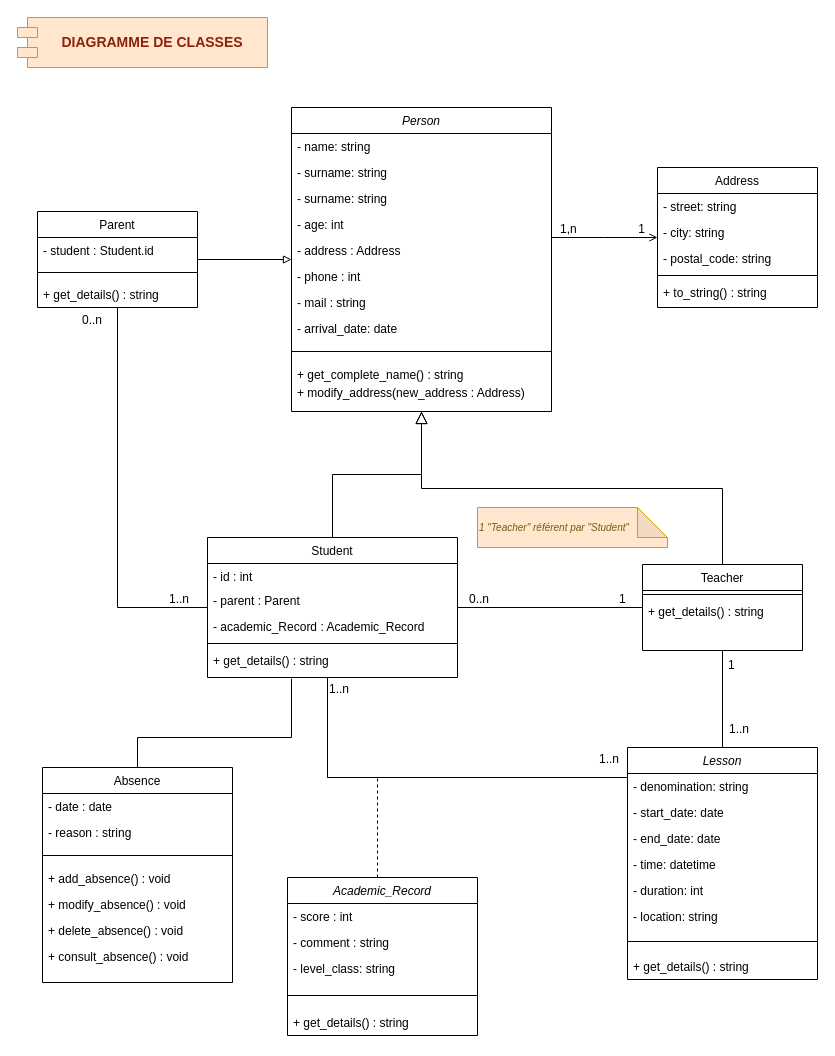
Above: doc/diagrammeClasse.drawio in MelissaHOA/EXO_Gestion_Ecole (draw.io), before the change. Source tidied: cells renumbered, new cells numbered last; positions are measured from the earlier drawing's top-left corner, leaving out a move shared by most shapes. Both pictures are drawn from the tidied source at 100%, with x=0, y=0 at pixel (17, 17).
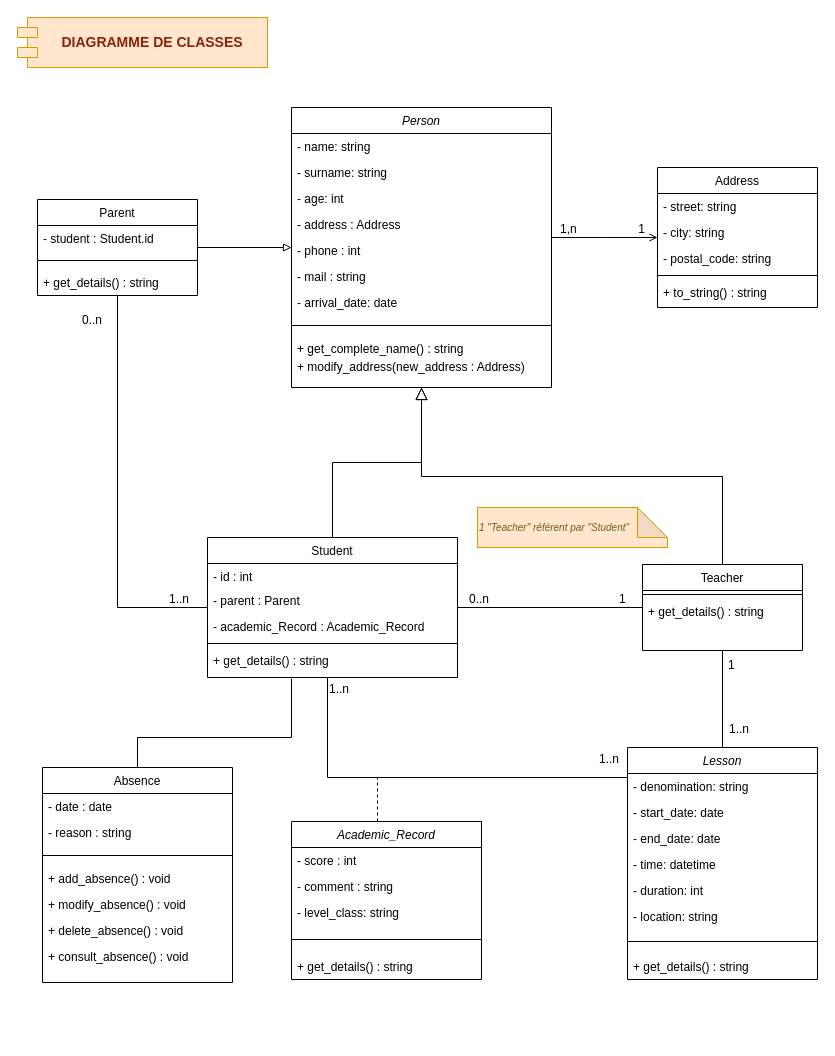
The same diagram, later.

Commit message:
Mettre à jour diagrammeClasse.drawio

Diff of the diagram source:
```diff
@@
     <mxCell id="2" value="Person" style="swimlane;fontStyle=2;align=center;verticalAlign=top;horizontal=1;startSize=26;rounded=0;shadow=0;strokeWidth=1;" parent="1" vertex="1">
-      <mxGeometry x="274" y="90" width="260" height="304" as="geometry" />
+      <mxGeometry x="274" y="90" width="260" height="280" as="geometry" />
     </mxCell>
@@
-    <mxCell id="5" value="- surname: string" style="text;align=left;verticalAlign=top;spacingLeft=4;spacingRight=4;overflow=hidden;rounded=0;shadow=0;html=0;" parent="2" vertex="1">
-      <mxGeometry y="78" width="260" height="26" as="geometry" />
-    </mxCell>
     <mxCell id="6" value="- age: int&#10;&#10;" style="text;align=left;verticalAlign=top;spacingLeft=4;spacingRight=4;overflow=hidden;rounded=0;shadow=0;html=0;" parent="2" vertex="1">
-      <mxGeometry y="104" width="260" height="26" as="geometry" />
+      <mxGeometry y="78" width="260" height="26" as="geometry" />
     </mxCell>
     <mxCell id="7" value="- address : Address" style="text;align=left;verticalAlign=top;spacingLeft=4;spacingRight=4;overflow=hidden;rounded=0;shadow=0;html=0;" parent="2" vertex="1">
-      <mxGeometry y="130" width="260" height="26" as="geometry" />
+      <mxGeometry y="104" width="260" height="26" as="geometry" />
     </mxCell>
     <mxCell id="8" value="- phone : int" style="text;align=left;verticalAlign=top;spacingLeft=4;spacingRight=4;overflow=hidden;" parent="2" vertex="1">
-      <mxGeometry y="156" width="260" height="26" as="geometry" />
+      <mxGeometry y="130" width="260" height="26" as="geometry" />
     </mxCell>
     <mxCell id="9" value="- mail : string" style="text;align=left;verticalAlign=top;spacingLeft=4;spacingRight=4;overflow=hidden;" parent="2" vertex="1">
-      <mxGeometry y="182" width="260" height="26" as="geometry" />
+      <mxGeometry y="156" width="260" height="26" as="geometry" />
     </mxCell>
     <mxCell id="10" value="- arrival_date: date" style="text;align=left;verticalAlign=top;spacingLeft=4;spacingRight=4;overflow=hidden;rounded=0;shadow=0;html=0;" parent="2" vertex="1">
-      <mxGeometry y="208" width="260" height="26" as="geometry" />
+      <mxGeometry y="182" width="260" height="26" as="geometry" />
     </mxCell>
     <mxCell id="11" style="line;html=1;strokeWidth=1;align=left;verticalAlign=middle;spacingTop=-1;spacingLeft=3;spacingRight=3;labelPosition=right;" parent="2" vertex="1">
-      <mxGeometry y="234" width="260" height="20" as="geometry" />
+      <mxGeometry y="208" width="260" height="20" as="geometry" />
     </mxCell>
     <mxCell id="12" value="+ get_complete_name() : string" style="text;align=left;verticalAlign=top;spacingLeft=4;spacingRight=4;overflow=hidden;" parent="2" vertex="1">
-      <mxGeometry y="254" width="260" height="18" as="geometry" />
+      <mxGeometry y="228" width="260" height="18" as="geometry" />
     </mxCell>
     <mxCell id="13" value="+ modify_address(new_address : Address)" style="text;align=left;verticalAlign=top;spacingLeft=4;spacingRight=4;overflow=hidden;" parent="2" vertex="1">
-      <mxGeometry y="272" width="260" height="32" as="geometry" />
+      <mxGeometry y="246" width="260" height="32" as="geometry" />
     </mxCell>
@@
     <mxCell id="54" value="Parent" style="swimlane;fontStyle=0;align=center;verticalAlign=top;horizontal=1;startSize=26;rounded=0;shadow=0;strokeWidth=1;" parent="1" vertex="1">
-      <mxGeometry x="20" y="194" width="160" height="96" as="geometry" />
+      <mxGeometry x="20" y="182" width="160" height="96" as="geometry" />
     </mxCell>
@@
     <mxCell id="59" value="Academic_Record" style="swimlane;fontStyle=2;align=center;verticalAlign=top;horizontal=1;startSize=26;rounded=0;shadow=0;strokeWidth=1;" parent="1" vertex="1">
-      <mxGeometry x="270" y="860" width="190" height="158" as="geometry" />
+      <mxGeometry x="274" y="804" width="190" height="158" as="geometry" />
     </mxCell>
```
